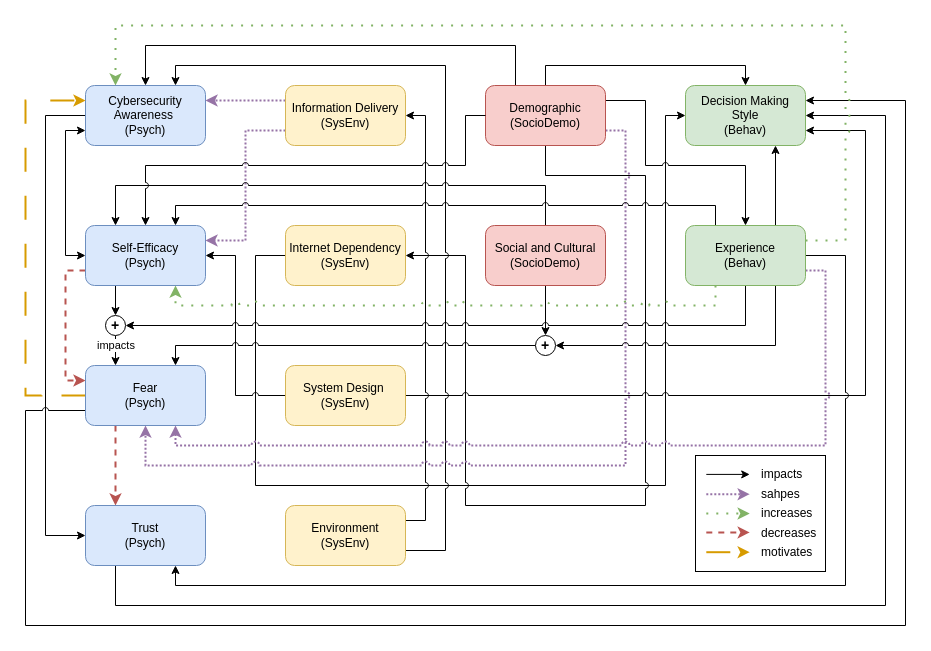
Earlier version of the draw.io diagram page "Colored Version" (2 of 5) of Diagrams/Codebook.drawio (HooradAboo/I-CLAIM). Source tidied: cells renumbered, new cells numbered last; positions are measured from the earlier drawing's top-left corner, leaving out a move shared by most shapes. Both pictures are drawn from the tidied source at 100%, with x=0, y=0 at pixel (25, 25).
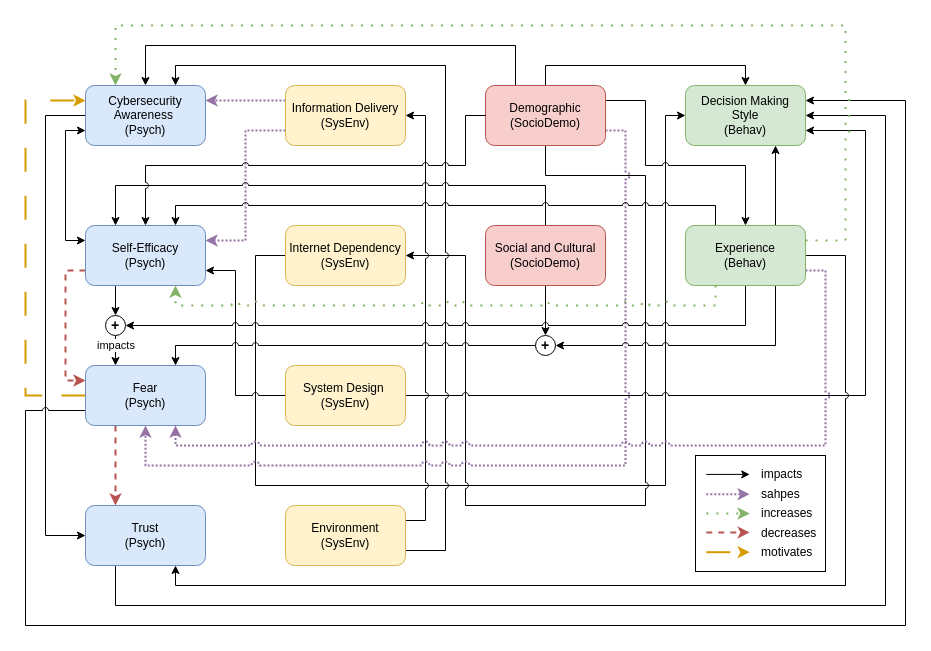
The same diagram, later.

Unchanged cells that the change refers to:
```xml
<mxCell id="4" value="Cybersecurity Awareness&amp;nbsp;&lt;br&gt;(Psych)" style="rounded=1;whiteSpace=wrap;html=1;fillColor=#dae8fc;strokeColor=#6c8ebf;" parent="1" vertex="1">
  <mxGeometry x="60" y="60" width="120" height="60" as="geometry" />
</mxCell>
<mxCell id="7" value="Self-Efficacy&lt;br&gt;(Psych)" style="rounded=1;whiteSpace=wrap;html=1;fillColor=#dae8fc;strokeColor=#6c8ebf;" parent="1" vertex="1">
  <mxGeometry x="60" y="200" width="120" height="60" as="geometry" />
</mxCell>
<mxCell id="22" value="System Design&lt;span style=&quot;background-color: transparent; color: light-dark(rgb(0, 0, 0), rgb(255, 255, 255));&quot;&gt;&amp;nbsp;&lt;/span&gt;&lt;div&gt;(SysEnv)&lt;/div&gt;" style="rounded=1;whiteSpace=wrap;html=1;fillColor=#fff2cc;strokeColor=#d6b656;" parent="1" vertex="1">
  <mxGeometry x="260" y="340" width="120" height="60" as="geometry" />
</mxCell>
```

The edit, as a diff of the source:
```diff
@@
-    <mxCell id="3" style="edgeStyle=orthogonalEdgeStyle;shape=connector;rounded=0;jumpStyle=arc;jettySize=auto;html=1;exitX=0;exitY=0.75;exitDx=0;exitDy=0;entryX=0;entryY=0.5;entryDx=0;entryDy=0;strokeColor=default;align=center;verticalAlign=middle;fontFamily=Helvetica;fontSize=11;fontColor=default;labelBackgroundColor=default;endArrow=classic;startArrow=classic;startFill=1;" parent="1" edge="1" source="4" target="7">
+    <mxCell id="3" style="edgeStyle=orthogonalEdgeStyle;shape=connector;rounded=0;jumpStyle=arc;jettySize=auto;html=1;exitX=0;exitY=0.75;exitDx=0;exitDy=0;entryX=0;entryY=0.25;entryDx=0;entryDy=0;strokeColor=default;align=center;verticalAlign=middle;fontFamily=Helvetica;fontSize=11;fontColor=default;labelBackgroundColor=default;endArrow=classic;startArrow=classic;startFill=1;" parent="1" edge="1" source="4" target="7">
       <mxGeometry x="0.01" relative="1" as="geometry">
         <Array as="points">
           <mxPoint x="40" y="105" />
-          <mxPoint x="40" y="230" />
+          <mxPoint x="40" y="215" />
         </Array>
       </mxGeometry>
     </mxCell>
@@
-    <mxCell id="20" style="edgeStyle=orthogonalEdgeStyle;rounded=0;jettySize=auto;html=1;exitX=0;exitY=0.5;exitDx=0;exitDy=0;entryX=1;entryY=0.5;entryDx=0;entryDy=0;jumpStyle=arc;" parent="1" edge="1" source="22" target="7">
+    <mxCell id="20" style="edgeStyle=orthogonalEdgeStyle;rounded=0;jettySize=auto;html=1;exitX=0;exitY=0.5;exitDx=0;exitDy=0;entryX=1;entryY=0.75;entryDx=0;entryDy=0;jumpStyle=arc;" parent="1" edge="1" source="22" target="7">
       <mxGeometry x="0.5" relative="1" as="geometry">
         <Array as="points">
           <mxPoint x="210" y="370" />
-          <mxPoint x="210" y="230" />
+          <mxPoint x="210" y="245" />
         </Array>
       </mxGeometry>
     </mxCell>
```
